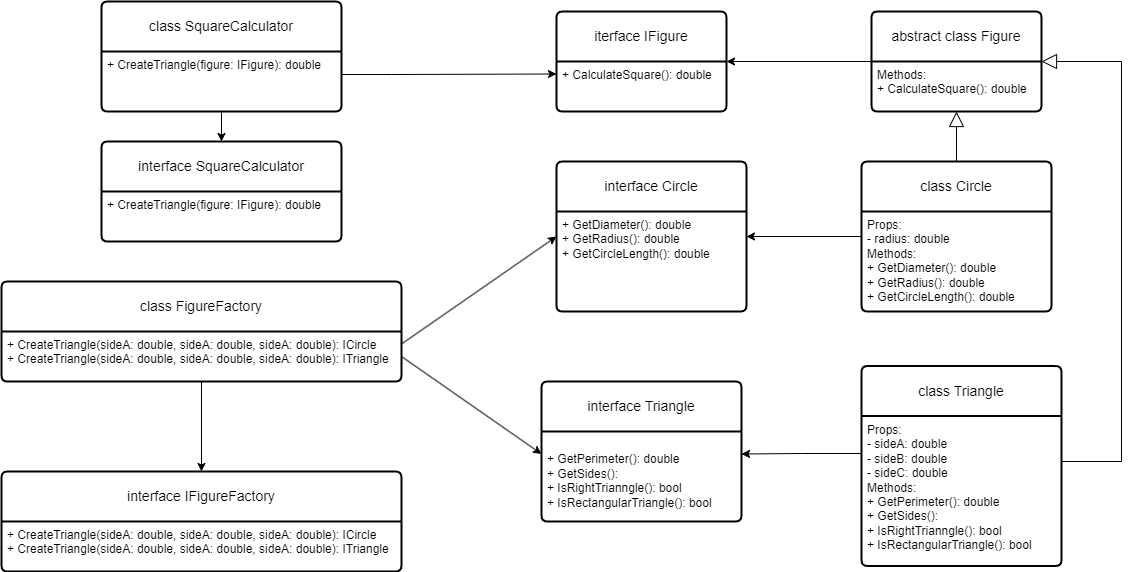
SeleznyovDV/FigureSquare keeps this draw.io diagram as Task 1/diagrams/FigureSquare.ClassDiagram.png. Above is the earlier version. Source tidied: cells renumbered, new cells last; positions are measured from the earlier drawing's top-left corner, leaving out a move shared by most shapes.
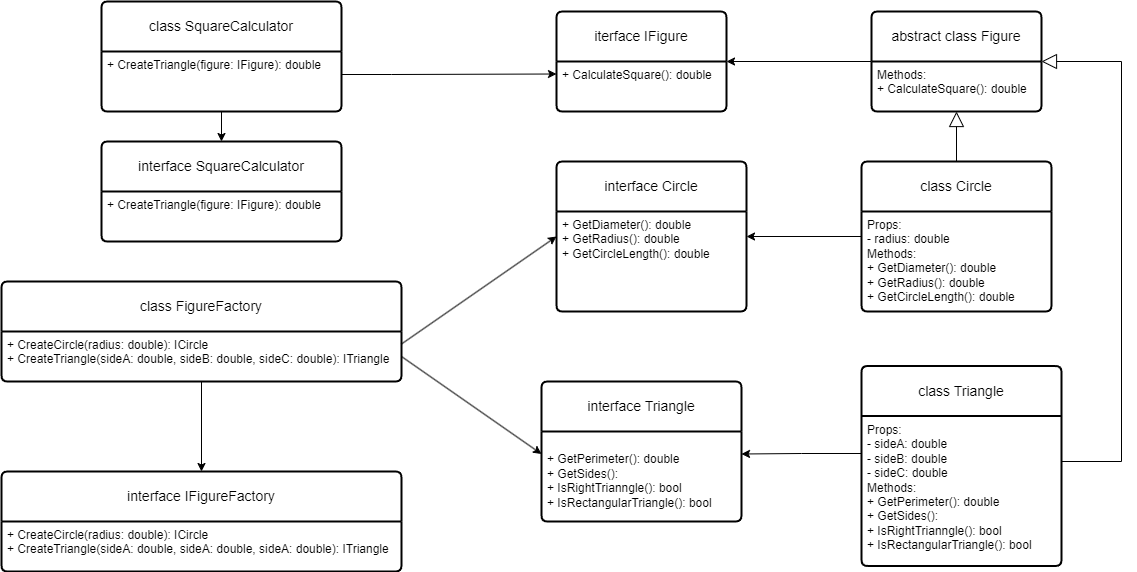
After the change.

What changed in the source:
```diff
@@ -60,13 +60,13 @@
     <mxCell id="18" value="class FigureFactory" style="swimlane;horizontal=1;startSize=50;rounded=1;fontSize=14;fontStyle=0;strokeWidth=2;shadow=0;dashed=0;align=center;arcSize=4;whiteSpace=wrap;html=1;" parent="1" vertex="1">
       <mxGeometry y="280" width="400" height="100" as="geometry" />
     </mxCell>
-    <mxCell id="19" value="+ CreateTriangle(sideA: double, sideA: double, sideA: double): ICircle&lt;br&gt;+ CreateTriangle(sideA: double, sideA: double, sideA: double): ITriangle" style="align=left;strokeColor=none;fillColor=none;spacingLeft=4;fontSize=12;verticalAlign=top;html=1;" parent="18" vertex="1">
+    <mxCell id="19" value="+ CreateCircle(radius: double): ICircle&lt;br&gt;+ CreateTriangle(sideA: double, sideB: double, sideC: double): ITriangle" style="align=left;strokeColor=none;fillColor=none;spacingLeft=4;fontSize=12;verticalAlign=top;html=1;" parent="18" vertex="1">
       <mxGeometry y="50" width="400" height="50" as="geometry" />
     </mxCell>
     <mxCell id="20" value="interface IFigureFactory" style="swimlane;horizontal=1;startSize=50;rounded=1;fontSize=14;fontStyle=0;strokeWidth=2;shadow=0;dashed=0;align=center;arcSize=4;whiteSpace=wrap;html=1;" parent="1" vertex="1">
       <mxGeometry y="470" width="400" height="100" as="geometry" />
     </mxCell>
-    <mxCell id="21" value="+ CreateTriangle(sideA: double, sideA: double, sideA: double): ICircle&lt;br&gt;+ CreateTriangle(sideA: double, sideA: double, sideA: double): ITriangle" style="align=left;strokeColor=none;fillColor=none;spacingLeft=4;fontSize=12;verticalAlign=top;html=1;" parent="20" vertex="1">
+    <mxCell id="21" value="+ CreateCircle(radius: double): ICircle&lt;br&gt;+ CreateTriangle(sideA: double, sideA: double, sideA: double): ITriangle" style="align=left;strokeColor=none;fillColor=none;spacingLeft=4;fontSize=12;verticalAlign=top;html=1;" parent="20" vertex="1">
       <mxGeometry y="50" width="400" height="50" as="geometry" />
     </mxCell>
     <mxCell id="22" style="rounded=0;jettySize=auto;html=1;entryX=0;entryY=0.25;entryDx=0;entryDy=0;exitX=1;exitY=0.25;exitDx=0;exitDy=0;" parent="1" edge="1" source="19" target="12">
```
